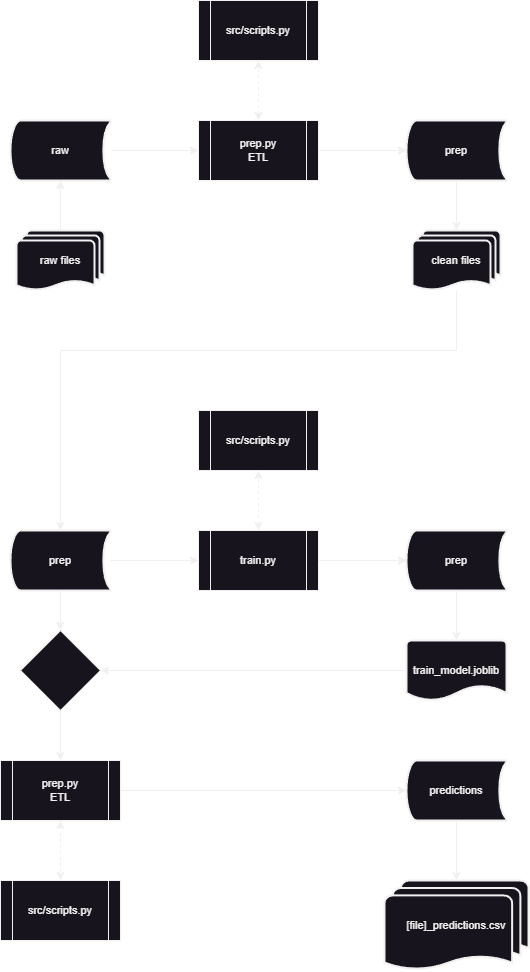
This is architecture.png from RaRdEvA/MDGE_T3, a draw.io export, as it was before one commit. Source tidied: cells renumbered, new cells last; positions are measured from the earlier drawing's top-left corner, leaving out a move shared by most shapes.
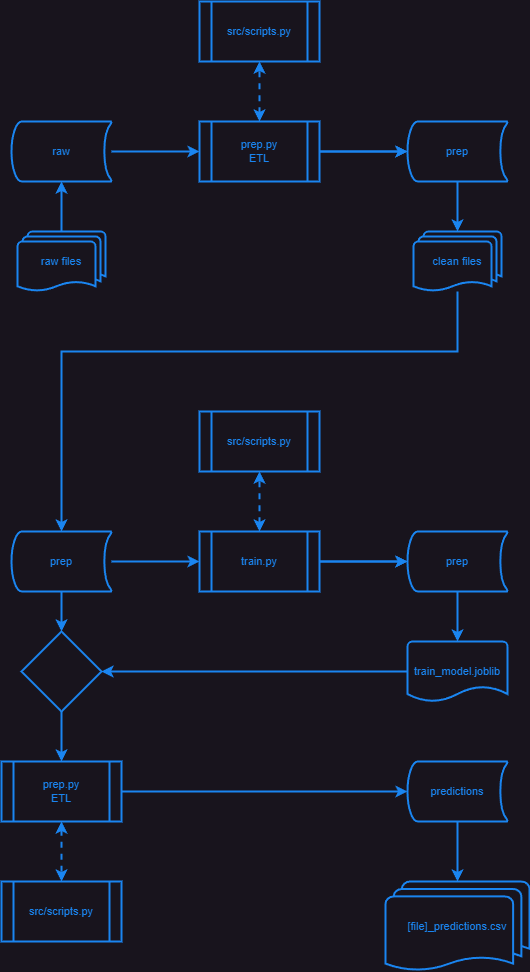
After the change.

Commit message:
aded architecture

Change to the diagram source:
```diff
@@ -2,55 +2,16 @@
   <root>
     <mxCell id="0" />
     <mxCell id="1" parent="0" />
-    <mxCell id="2" style="group;fontSize=11;" parent="1" vertex="1">
-      <mxGeometry x="10" width="496" height="290" as="geometry" />
-    </mxCell>
-    <mxCell id="3" value="raw files" style="strokeWidth=2;html=1;shape=mxgraph.flowchart.multi-document;whiteSpace=wrap;fontSize=11;" parent="2" vertex="1">
-      <mxGeometry x="6" y="230" width="88" height="60" as="geometry" />
-    </mxCell>
-    <mxCell id="4" value="raw" style="strokeWidth=2;html=1;shape=mxgraph.flowchart.stored_data;whiteSpace=wrap;fontSize=11;" parent="2" vertex="1">
-      <mxGeometry y="120" width="100" height="60" as="geometry" />
-    </mxCell>
-    <mxCell id="5" value="prep.py&lt;br style=&quot;font-size: 11px;&quot;&gt;ETL" style="shape=process;whiteSpace=wrap;html=1;backgroundOutline=1;fontSize=11;" parent="2" vertex="1">
-      <mxGeometry x="188" y="120" width="120" height="60" as="geometry" />
-    </mxCell>
-    <mxCell id="6" value="prep" style="strokeWidth=2;html=1;shape=mxgraph.flowchart.stored_data;whiteSpace=wrap;fontSize=11;" parent="2" vertex="1">
-      <mxGeometry x="396" y="120" width="100" height="60" as="geometry" />
-    </mxCell>
-    <mxCell id="7" value="clean files" style="strokeWidth=2;html=1;shape=mxgraph.flowchart.multi-document;whiteSpace=wrap;fontSize=11;" parent="2" vertex="1">
-      <mxGeometry x="402" y="230" width="88" height="60" as="geometry" />
-    </mxCell>
-    <mxCell id="8" style="endArrow=classic;html=1;rounded=0;fontSize=11;" parent="2" edge="1" source="3" target="4">
-      <mxGeometry relative="1" as="geometry" />
-    </mxCell>
-    <mxCell id="9" style="endArrow=classic;html=1;rounded=0;fontSize=11;" parent="2" edge="1" source="4" target="5">
-      <mxGeometry relative="1" as="geometry" />
-    </mxCell>
-    <mxCell id="10" style="edgeStyle=orthogonalEdgeStyle;rounded=0;jettySize=auto;html=1;fontSize=11;" parent="2" edge="1" source="5" target="6">
-      <mxGeometry relative="1" as="geometry" />
-    </mxCell>
-    <mxCell id="11" style="endArrow=classic;html=1;rounded=0;fontSize=11;" parent="2" edge="1" source="5" target="6">
-      <mxGeometry relative="1" as="geometry" />
-    </mxCell>
-    <mxCell id="12" style="endArrow=classic;html=1;rounded=0;fontSize=11;" parent="2" edge="1" source="6" target="7">
-      <mxGeometry relative="1" as="geometry" />
-    </mxCell>
-    <mxCell id="13" value="src/scripts.py" style="shape=process;whiteSpace=wrap;html=1;backgroundOutline=1;fontSize=11;" parent="2" vertex="1">
-      <mxGeometry x="188" width="120" height="60" as="geometry" />
-    </mxCell>
-    <mxCell id="14" style="endArrow=classic;startArrow=classic;html=1;rounded=0;fontSize=11;dashed=1;" parent="2" edge="1" source="5" target="13">
-      <mxGeometry relative="1" as="geometry" />
-    </mxCell>
-    <mxCell id="15" value="prep" style="strokeWidth=2;html=1;shape=mxgraph.flowchart.stored_data;whiteSpace=wrap;fontSize=11;" parent="1" vertex="1">
+    <mxCell id="15" value="prep" style="strokeWidth=2;html=1;shape=mxgraph.flowchart.stored_data;whiteSpace=wrap;fontSize=11;strokeColor=#1A85F0;fontColor=#1A85F0;" parent="1" vertex="1">
       <mxGeometry x="10" y="530" width="100" height="60" as="geometry" />
     </mxCell>
-    <mxCell id="16" value="train.py" style="shape=process;whiteSpace=wrap;html=1;backgroundOutline=1;fontSize=11;" parent="1" vertex="1">
+    <mxCell id="16" value="train.py" style="shape=process;whiteSpace=wrap;html=1;backgroundOutline=1;fontSize=11;strokeWidth=2;strokeColor=#1A85F0;fontColor=#1A85F0;" parent="1" vertex="1">
       <mxGeometry x="198" y="530" width="120" height="60" as="geometry" />
     </mxCell>
-    <mxCell id="17" value="prep" style="strokeWidth=2;html=1;shape=mxgraph.flowchart.stored_data;whiteSpace=wrap;fontSize=11;" parent="1" vertex="1">
+    <mxCell id="17" value="prep" style="strokeWidth=2;html=1;shape=mxgraph.flowchart.stored_data;whiteSpace=wrap;fontSize=11;strokeColor=#1A85F0;fontColor=#1A85F0;" parent="1" vertex="1">
       <mxGeometry x="406" y="530" width="100" height="60" as="geometry" />
     </mxCell>
-    <mxCell id="18" style="endArrow=classic;html=1;rounded=0;fontSize=11;edgeStyle=orthogonalEdgeStyle;" parent="1" edge="1" source="7" target="15">
+    <mxCell id="18" style="endArrow=classic;html=1;rounded=0;fontSize=11;edgeStyle=orthogonalEdgeStyle;strokeWidth=2;strokeColor=#1A85F0;fontColor=#1A85F0;" parent="1" edge="1" source="7" target="15">
       <mxGeometry relative="1" as="geometry">
         <Array as="points">
           <mxPoint x="456" y="350" />
@@ -58,59 +19,95 @@
         </Array>
       </mxGeometry>
     </mxCell>
-    <mxCell id="19" style="endArrow=classic;html=1;rounded=0;fontSize=11;" parent="1" edge="1" source="15" target="16">
+    <mxCell id="19" style="endArrow=classic;html=1;rounded=0;fontSize=11;strokeWidth=2;strokeColor=#1A85F0;fontColor=#1A85F0;" parent="1" edge="1" source="15" target="16">
       <mxGeometry relative="1" as="geometry" />
     </mxCell>
-    <mxCell id="20" style="edgeStyle=orthogonalEdgeStyle;rounded=0;jettySize=auto;html=1;fontSize=11;" parent="1" edge="1" source="16" target="17">
+    <mxCell id="20" style="edgeStyle=orthogonalEdgeStyle;rounded=0;jettySize=auto;html=1;fontSize=11;strokeWidth=2;strokeColor=#1A85F0;fontColor=#1A85F0;" parent="1" edge="1" source="16" target="17">
       <mxGeometry relative="1" as="geometry" />
     </mxCell>
-    <mxCell id="21" style="endArrow=classic;html=1;rounded=0;fontSize=11;" parent="1" edge="1" source="16" target="17">
+    <mxCell id="21" style="endArrow=classic;html=1;rounded=0;fontSize=11;strokeWidth=2;strokeColor=#1A85F0;fontColor=#1A85F0;" parent="1" edge="1" source="16" target="17">
       <mxGeometry relative="1" as="geometry" />
     </mxCell>
-    <mxCell id="22" style="endArrow=classic;html=1;rounded=0;fontSize=11;" parent="1" edge="1" source="17" target="25">
+    <mxCell id="22" style="endArrow=classic;html=1;rounded=0;fontSize=11;strokeWidth=2;strokeColor=#1A85F0;fontColor=#1A85F0;" parent="1" edge="1" source="17" target="25">
       <mxGeometry relative="1" as="geometry" />
     </mxCell>
-    <mxCell id="23" value="src/scripts.py" style="shape=process;whiteSpace=wrap;html=1;backgroundOutline=1;fontSize=11;" parent="1" vertex="1">
+    <mxCell id="23" value="src/scripts.py" style="shape=process;whiteSpace=wrap;html=1;backgroundOutline=1;fontSize=11;strokeWidth=2;strokeColor=#1A85F0;fontColor=#1A85F0;" parent="1" vertex="1">
       <mxGeometry x="198" y="410" width="120" height="60" as="geometry" />
     </mxCell>
-    <mxCell id="24" style="endArrow=classic;startArrow=classic;html=1;rounded=0;fontSize=11;dashed=1;" parent="1" edge="1" source="16" target="23">
+    <mxCell id="24" style="endArrow=classic;startArrow=classic;html=1;rounded=0;fontSize=11;dashed=1;strokeWidth=2;strokeColor=#1A85F0;fontColor=#1A85F0;" parent="1" edge="1" source="16" target="23">
       <mxGeometry relative="1" as="geometry" />
     </mxCell>
-    <mxCell id="25" value="train_model.joblib" style="strokeWidth=2;html=1;shape=mxgraph.flowchart.document2;whiteSpace=wrap;size=0.25;fontSize=11;" parent="1" vertex="1">
+    <mxCell id="25" value="train_model.joblib" style="strokeWidth=2;html=1;shape=mxgraph.flowchart.document2;whiteSpace=wrap;size=0.25;fontSize=11;strokeColor=#1A85F0;fontColor=#1A85F0;" parent="1" vertex="1">
       <mxGeometry x="406" y="640" width="100" height="60" as="geometry" />
     </mxCell>
-    <mxCell id="26" value="prep.py&lt;br style=&quot;font-size: 11px;&quot;&gt;ETL" style="shape=process;whiteSpace=wrap;html=1;backgroundOutline=1;fontSize=11;" parent="1" vertex="1">
+    <mxCell id="26" value="prep.py&lt;br style=&quot;font-size: 11px;&quot;&gt;ETL" style="shape=process;whiteSpace=wrap;html=1;backgroundOutline=1;fontSize=11;strokeWidth=2;strokeColor=#1A85F0;fontColor=#1A85F0;" parent="1" vertex="1">
       <mxGeometry y="760" width="120" height="60" as="geometry" />
     </mxCell>
-    <mxCell id="27" value="predictions" style="strokeWidth=2;html=1;shape=mxgraph.flowchart.stored_data;whiteSpace=wrap;fontSize=11;" parent="1" vertex="1">
+    <mxCell id="27" value="predictions" style="strokeWidth=2;html=1;shape=mxgraph.flowchart.stored_data;whiteSpace=wrap;fontSize=11;strokeColor=#1A85F0;fontColor=#1A85F0;" parent="1" vertex="1">
       <mxGeometry x="406" y="760" width="100" height="60" as="geometry" />
     </mxCell>
-    <mxCell id="28" value="[file]_predictions.csv" style="strokeWidth=2;html=1;shape=mxgraph.flowchart.multi-document;whiteSpace=wrap;fontSize=11;" parent="1" vertex="1">
+    <mxCell id="28" value="[file]_predictions.csv" style="strokeWidth=2;html=1;shape=mxgraph.flowchart.multi-document;whiteSpace=wrap;fontSize=11;strokeColor=#1A85F0;fontColor=#1A85F0;" parent="1" vertex="1">
       <mxGeometry x="384" y="880" width="144" height="90" as="geometry" />
     </mxCell>
-    <mxCell id="29" style="endArrow=classic;html=1;rounded=0;fontSize=11;" parent="1" edge="1" source="35" target="26">
+    <mxCell id="29" style="endArrow=classic;html=1;rounded=0;fontSize=11;strokeWidth=2;strokeColor=#1A85F0;fontColor=#1A85F0;" parent="1" edge="1" source="35" target="26">
       <mxGeometry relative="1" as="geometry" />
     </mxCell>
-    <mxCell id="30" style="endArrow=classic;html=1;rounded=0;fontSize=11;" parent="1" edge="1" source="26" target="27">
+    <mxCell id="30" style="endArrow=classic;html=1;rounded=0;fontSize=11;strokeWidth=2;strokeColor=#1A85F0;fontColor=#1A85F0;" parent="1" edge="1" source="26" target="27">
       <mxGeometry relative="1" as="geometry" />
     </mxCell>
-    <mxCell id="31" style="endArrow=classic;html=1;rounded=0;fontSize=11;" parent="1" edge="1" source="27" target="28">
+    <mxCell id="31" style="endArrow=classic;html=1;rounded=0;fontSize=11;strokeWidth=2;strokeColor=#1A85F0;fontColor=#1A85F0;" parent="1" edge="1" source="27" target="28">
       <mxGeometry relative="1" as="geometry" />
     </mxCell>
-    <mxCell id="32" value="src/scripts.py" style="shape=process;whiteSpace=wrap;html=1;backgroundOutline=1;fontSize=11;" parent="1" vertex="1">
+    <mxCell id="32" value="src/scripts.py" style="shape=process;whiteSpace=wrap;html=1;backgroundOutline=1;fontSize=11;strokeWidth=2;strokeColor=#1A85F0;fontColor=#1A85F0;" parent="1" vertex="1">
       <mxGeometry y="880" width="120" height="60" as="geometry" />
     </mxCell>
-    <mxCell id="33" style="endArrow=classic;startArrow=classic;html=1;rounded=0;fontSize=11;dashed=1;" parent="1" edge="1" source="26" target="32">
+    <mxCell id="33" style="endArrow=classic;startArrow=classic;html=1;rounded=0;fontSize=11;dashed=1;strokeWidth=2;strokeColor=#1A85F0;fontColor=#1A85F0;" parent="1" edge="1" source="26" target="32">
       <mxGeometry relative="1" as="geometry" />
     </mxCell>
-    <mxCell id="34" style="endArrow=classic;html=1;rounded=0;fontSize=11;entryX=1;entryY=0.5;entryDx=0;entryDy=0;edgeStyle=orthogonalEdgeStyle;" parent="1" edge="1" source="25" target="35">
+    <mxCell id="34" style="endArrow=classic;html=1;rounded=0;fontSize=11;entryX=1;entryY=0.5;entryDx=0;entryDy=0;edgeStyle=orthogonalEdgeStyle;strokeWidth=2;strokeColor=#1A85F0;fontColor=#1A85F0;" parent="1" edge="1" source="25" target="35">
       <mxGeometry relative="1" as="geometry" />
     </mxCell>
-    <mxCell id="35" style="rhombus;whiteSpace=wrap;html=1;" parent="1" vertex="1">
+    <mxCell id="35" style="rhombus;whiteSpace=wrap;html=1;strokeWidth=2;strokeColor=#1A85F0;fontColor=#1A85F0;" parent="1" vertex="1">
       <mxGeometry x="20" y="630" width="80" height="80" as="geometry" />
     </mxCell>
-    <mxCell id="36" style="endArrow=classic;html=1;rounded=0;" parent="1" edge="1" source="15" target="35">
+    <mxCell id="36" style="endArrow=classic;html=1;rounded=0;strokeWidth=2;strokeColor=#1A85F0;fontColor=#1A85F0;" parent="1" edge="1" source="15" target="35">
       <mxGeometry relative="1" as="geometry" />
     </mxCell>
+    <mxCell id="3" value="raw files" style="strokeWidth=2;html=1;shape=mxgraph.flowchart.multi-document;whiteSpace=wrap;fontSize=11;strokeColor=#1A85F0;fontColor=#1A85F0;" parent="1" vertex="1">
+      <mxGeometry x="16" y="230" width="88" height="60" as="geometry" />
+    </mxCell>
+    <mxCell id="4" value="raw" style="strokeWidth=2;html=1;shape=mxgraph.flowchart.stored_data;whiteSpace=wrap;fontSize=11;strokeColor=#1A85F0;fontColor=#1A85F0;" parent="1" vertex="1">
+      <mxGeometry x="10" y="120" width="100" height="60" as="geometry" />
+    </mxCell>
+    <mxCell id="5" value="prep.py&lt;br style=&quot;font-size: 11px;&quot;&gt;ETL" style="shape=process;whiteSpace=wrap;html=1;backgroundOutline=1;fontSize=11;strokeWidth=2;strokeColor=#1A85F0;fontColor=#1A85F0;" parent="1" vertex="1">
+      <mxGeometry x="198" y="120" width="120" height="60" as="geometry" />
+    </mxCell>
+    <mxCell id="6" value="prep" style="strokeWidth=2;html=1;shape=mxgraph.flowchart.stored_data;whiteSpace=wrap;fontSize=11;strokeColor=#1A85F0;fontColor=#1A85F0;" parent="1" vertex="1">
+      <mxGeometry x="406" y="120" width="100" height="60" as="geometry" />
+    </mxCell>
+    <mxCell id="7" value="clean files" style="strokeWidth=2;html=1;shape=mxgraph.flowchart.multi-document;whiteSpace=wrap;fontSize=11;strokeColor=#1A85F0;fontColor=#1A85F0;" parent="1" vertex="1">
+      <mxGeometry x="412" y="230" width="88" height="60" as="geometry" />
+    </mxCell>
+    <mxCell id="8" style="endArrow=classic;html=1;rounded=0;fontSize=11;strokeWidth=2;strokeColor=#1A85F0;fontColor=#1A85F0;" parent="1" edge="1" source="3" target="4">
+      <mxGeometry relative="1" as="geometry" />
+    </mxCell>
+    <mxCell id="9" style="endArrow=classic;html=1;rounded=0;fontSize=11;strokeWidth=2;strokeColor=#1A85F0;fontColor=#1A85F0;" parent="1" edge="1" source="4" target="5">
+      <mxGeometry relative="1" as="geometry" />
+    </mxCell>
+    <mxCell id="10" style="edgeStyle=orthogonalEdgeStyle;rounded=0;jettySize=auto;html=1;fontSize=11;strokeWidth=2;strokeColor=#1A85F0;fontColor=#1A85F0;" parent="1" edge="1" source="5" target="6">
+      <mxGeometry relative="1" as="geometry" />
+    </mxCell>
+    <mxCell id="11" style="endArrow=classic;html=1;rounded=0;fontSize=11;strokeWidth=2;strokeColor=#1A85F0;fontColor=#1A85F0;" parent="1" edge="1" source="5" target="6">
+      <mxGeometry relative="1" as="geometry" />
+    </mxCell>
+    <mxCell id="12" style="endArrow=classic;html=1;rounded=0;fontSize=11;strokeWidth=2;strokeColor=#1A85F0;fontColor=#1A85F0;" parent="1" edge="1" source="6" target="7">
+      <mxGeometry relative="1" as="geometry" />
+    </mxCell>
+    <mxCell id="13" value="src/scripts.py" style="shape=process;whiteSpace=wrap;html=1;backgroundOutline=1;fontSize=11;strokeWidth=2;strokeColor=#1A85F0;fontColor=#1A85F0;" parent="1" vertex="1">
+      <mxGeometry x="198" width="120" height="60" as="geometry" />
+    </mxCell>
+    <mxCell id="14" style="endArrow=classic;startArrow=classic;html=1;rounded=0;fontSize=11;dashed=1;strokeWidth=2;strokeColor=#1A85F0;fontColor=#1A85F0;" parent="1" edge="1" source="5" target="13">
+      <mxGeometry relative="1" as="geometry" />
+    </mxCell>
   </root>
 </mxGraphModel>
```
